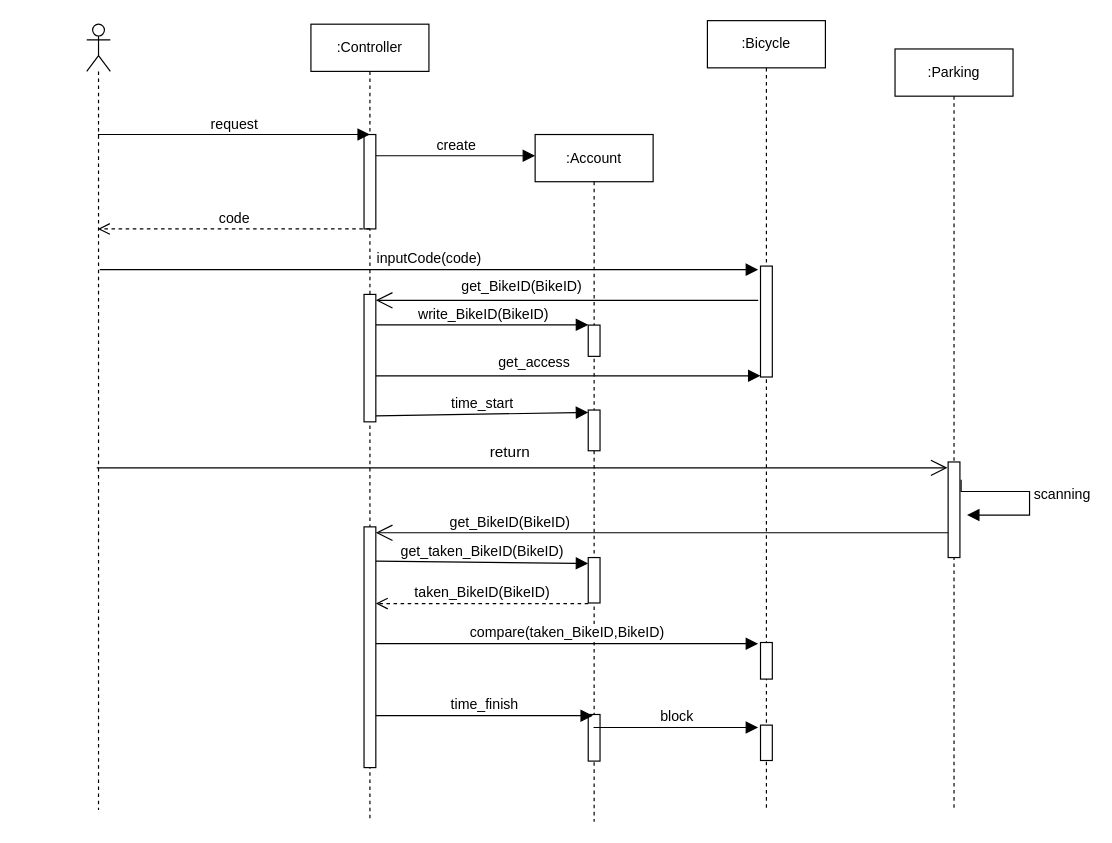
This is Диаграмма без названия.drawio from iudinads/UML, a draw.io file, before an edit. Source tidied: cells renumbered, new cells numbered last; positions are measured from the earlier drawing's top-left corner, leaving out a move shared by most shapes. Both pictures are drawn from the tidied source at 118%, with x=0, y=0 at pixel (31, 20).
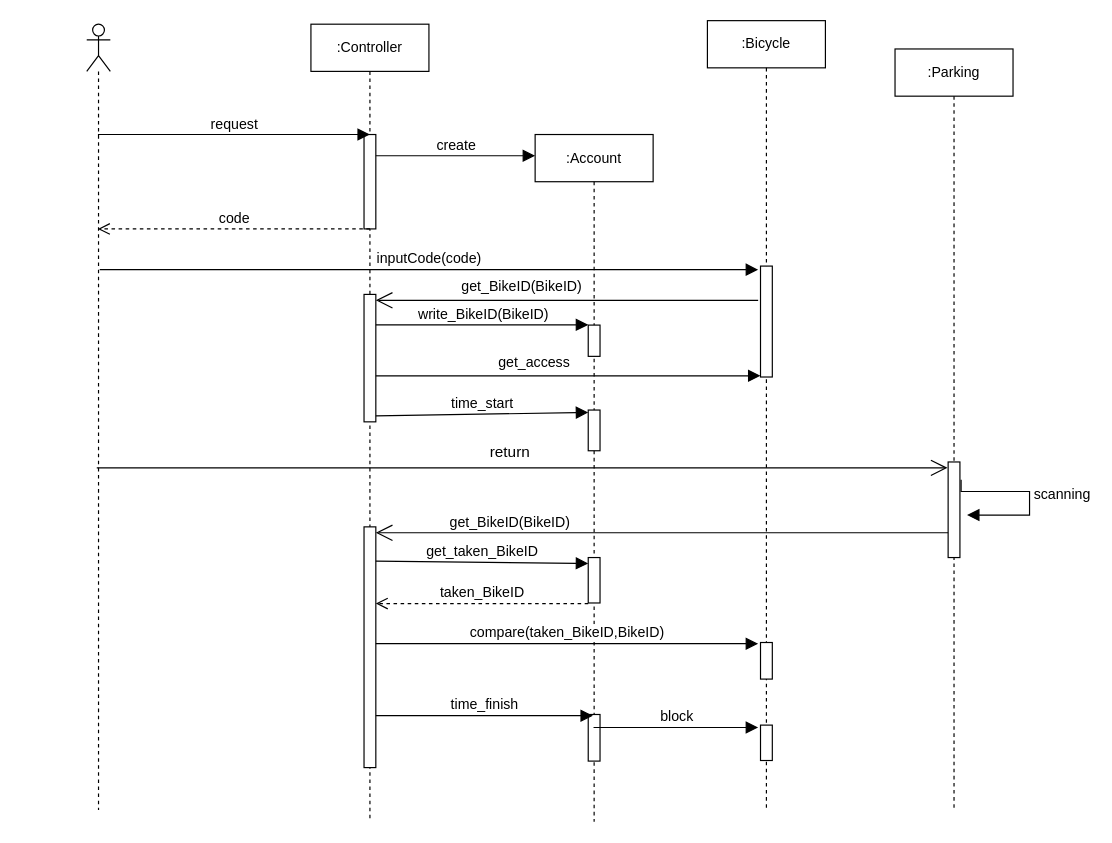
Above is the later version.

Unchanged cells that the change refers to:
```xml
<mxCell id="8" style="html=1;points=[[0,0,0,0,5],[0,1,0,0,-5],[1,0,0,0,5],[1,1,0,0,-5]];perimeter=orthogonalPerimeter;outlineConnect=0;targetShapes=umlLifeline;portConstraint=eastwest;newEdgeStyle={&quot;curved&quot;:0,&quot;rounded&quot;:0};" parent="5" vertex="1">
  <mxGeometry x="45" y="426" width="10" height="204" as="geometry" />
</mxCell>
<mxCell id="15" style="html=1;points=[[0,0,0,0,5],[0,1,0,0,-5],[1,0,0,0,5],[1,1,0,0,-5]];perimeter=orthogonalPerimeter;outlineConnect=0;targetShapes=umlLifeline;portConstraint=eastwest;newEdgeStyle={&quot;curved&quot;:0,&quot;rounded&quot;:0};" parent="12" vertex="1">
  <mxGeometry x="45" y="358.5" width="10" height="38.5" as="geometry" />
</mxCell>
```

What changed in the source:
```diff
@@
-    <mxCell id="32" value="get_taken_&lt;span style=&quot;white-space: normal;&quot;&gt;BikeID&lt;/span&gt;(BikeID)" style="html=1;verticalAlign=bottom;endArrow=block;curved=0;rounded=0;fontSize=12;startSize=8;endSize=8;entryX=0;entryY=0;entryDx=0;entryDy=5;entryPerimeter=0;" parent="1" edge="1" target="15">
+    <mxCell id="32" value="get_taken_&lt;span style=&quot;white-space: normal;&quot;&gt;BikeID&lt;/span&gt;" style="html=1;verticalAlign=bottom;endArrow=block;curved=0;rounded=0;fontSize=12;startSize=8;endSize=8;entryX=0;entryY=0;entryDx=0;entryDy=5;entryPerimeter=0;" parent="1" edge="1" target="15">
       <mxGeometry relative="1" as="geometry">
         <mxPoint x="292" y="458" as="sourcePoint" />
       </mxGeometry>
     </mxCell>
-    <mxCell id="33" value="taken_&lt;span style=&quot;white-space: normal;&quot;&gt;BikeID&lt;/span&gt;(BikeID)" style="html=1;verticalAlign=bottom;endArrow=open;dashed=1;endSize=8;curved=0;rounded=0;fontSize=12;" parent="1" edge="1" target="8">
+    <mxCell id="33" value="taken_&lt;span style=&quot;white-space: normal;&quot;&gt;BikeID&lt;/span&gt;" style="html=1;verticalAlign=bottom;endArrow=open;dashed=1;endSize=8;curved=0;rounded=0;fontSize=12;" parent="1" edge="1" target="8">
       <mxGeometry relative="1" as="geometry">
         <mxPoint x="472" y="494" as="sourcePoint" />
       </mxGeometry>
     </mxCell>
```
